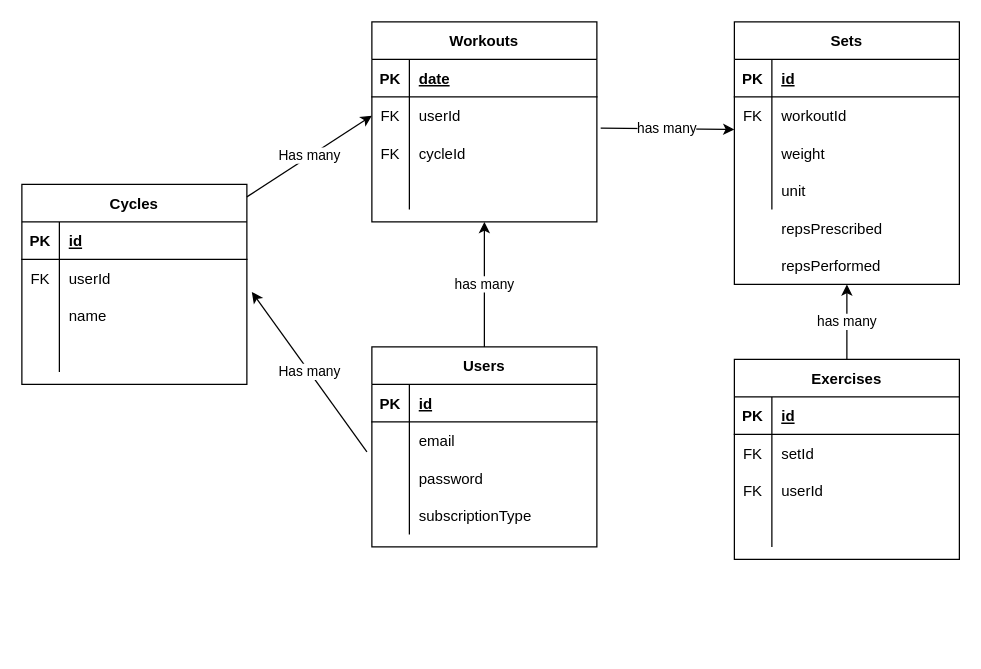
Before: Untitled Diagram.drawio in garywige/wigedev-fitness-log, a draw.io diagram. Source tidied: cells renumbered, new cells numbered last; positions are measured from the earlier drawing's top-left corner, leaving out a move shared by most shapes. Both pictures are drawn from the tidied source at 125%, with x=0, y=0 at pixel (21, 21).
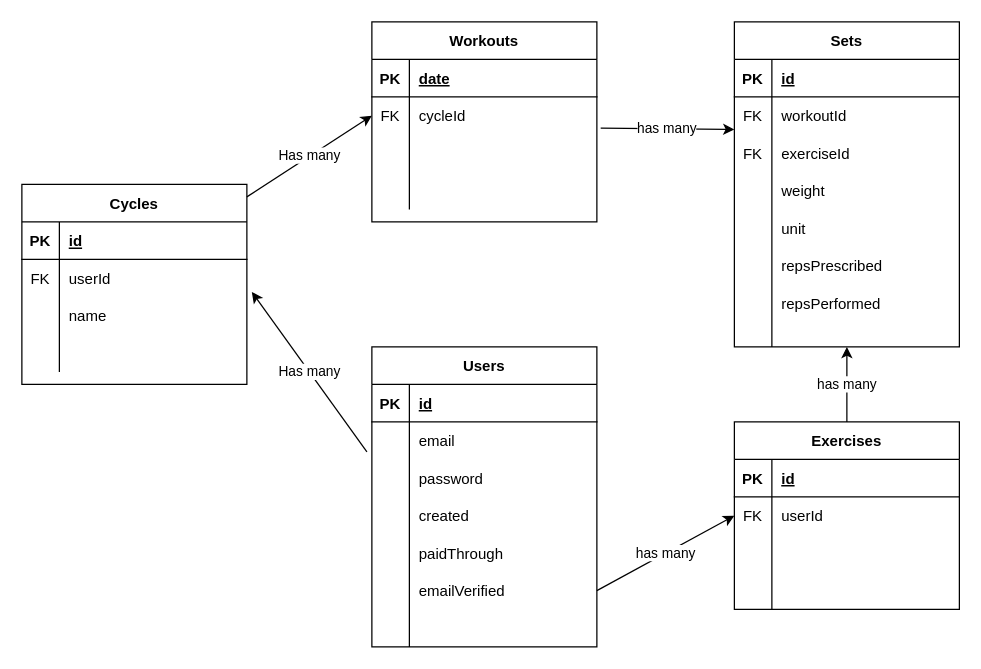
The same diagram, later.

Unchanged cells that the change refers to:
```xml
<mxCell id="15" value="Workouts" style="shape=table;startSize=30;childLayout=tableLayout;rowLines=0;fontStyle=1;align=center;" parent="1" vertex="1">
  <mxGeometry x="280" width="180" height="160" as="geometry" />
</mxCell>
<mxCell id="19" style="shape=tableRow;horizontal=0;startSize=0;swimlaneHead=0;swimlaneBody=0;fillColor=none;points=[[0,0.5],[1,0.5]];portConstraint=eastwest;top=0;left=0;right=0;bottom=0;" parent="15" vertex="1">
  <mxGeometry y="60" width="180" height="30" as="geometry" />
</mxCell>
<mxCell id="22" style="shape=tableRow;horizontal=0;startSize=0;swimlaneHead=0;swimlaneBody=0;fillColor=none;points=[[0,0.5],[1,0.5]];portConstraint=eastwest;top=0;left=0;right=0;bottom=0;" parent="15" vertex="1">
  <mxGeometry y="90" width="180" height="30" as="geometry" />
</mxCell>
<mxCell id="35" style="shape=tableRow;horizontal=0;startSize=0;swimlaneHead=0;swimlaneBody=0;fillColor=none;top=0;left=0;right=0;bottom=0;" parent="28" vertex="1">
  <mxGeometry y="90" width="180" height="30" as="geometry" />
</mxCell>
<mxCell id="47" style="shape=tableRow;horizontal=0;startSize=0;swimlaneHead=0;swimlaneBody=0;fillColor=none;points=[[0,0.5],[1,0.5]];portConstraint=eastwest;top=0;left=0;right=0;bottom=0;" parent="43" vertex="1">
  <mxGeometry y="60" width="180" height="30" as="geometry" />
</mxCell>
<mxCell id="50" style="shape=tableRow;horizontal=0;startSize=0;swimlaneHead=0;swimlaneBody=0;fillColor=none;top=0;left=0;right=0;bottom=0;" parent="43" vertex="1">
  <mxGeometry y="90" width="180" height="30" as="geometry" />
</mxCell>
```

Change to the diagram source:
```diff
@@
     <mxCell id="2" value="Users" style="shape=table;startSize=30;childLayout=tableLayout;rowLines=0;fontStyle=1;align=center;" parent="1" vertex="1">
-      <mxGeometry x="280" y="260" width="180" height="160" as="geometry" />
+      <mxGeometry x="280" y="260" width="180" height="240" as="geometry" />
     </mxCell>
@@
+    <mxCell id="74" style="shape=tableRow;horizontal=0;startSize=0;swimlaneHead=0;swimlaneBody=0;fillColor=none;top=0;left=0;right=0;bottom=0;" parent="2" vertex="1">
+      <mxGeometry y="120" width="180" height="30" as="geometry" />
+    </mxCell>
+    <mxCell id="75" style="shape=partialRectangle;fillColor=none;top=0;left=0;bottom=0;right=0;overflow=hidden;" parent="74" vertex="1">
+      <mxGeometry width="30" height="30" as="geometry" />
+    </mxCell>
+    <mxCell id="76" value="created" style="shape=partialRectangle;fillColor=none;top=0;left=0;bottom=0;right=0;align=left;spacingLeft=6;overflow=hidden;" parent="74" vertex="1">
+      <mxGeometry x="30" width="150" height="30" as="geometry" />
+    </mxCell>
+    <mxCell id="77" style="shape=tableRow;horizontal=0;startSize=0;swimlaneHead=0;swimlaneBody=0;fillColor=none;top=0;left=0;right=0;bottom=0;" parent="2" vertex="1">
+      <mxGeometry y="150" width="180" height="30" as="geometry" />
+    </mxCell>
+    <mxCell id="78" style="shape=partialRectangle;fillColor=none;top=0;left=0;bottom=0;right=0;overflow=hidden;" parent="77" vertex="1">
+      <mxGeometry width="30" height="30" as="geometry" />
+    </mxCell>
+    <mxCell id="79" value="paidThrough" style="shape=partialRectangle;fillColor=none;top=0;left=0;bottom=0;right=0;align=left;spacingLeft=6;overflow=hidden;" parent="77" vertex="1">
+      <mxGeometry x="30" width="150" height="30" as="geometry" />
+    </mxCell>
     <mxCell id="12" style="shape=tableRow;horizontal=0;startSize=0;swimlaneHead=0;swimlaneBody=0;fillColor=none;points=[[0,0.5],[1,0.5]];portConstraint=eastwest;top=0;left=0;right=0;bottom=0;" parent="2" vertex="1">
-      <mxGeometry y="120" width="180" height="30" as="geometry" />
+      <mxGeometry y="180" width="180" height="30" as="geometry" />
     </mxCell>
@@
-    <mxCell id="14" value="subscriptionType" style="shape=partialRectangle;fillColor=none;top=0;left=0;bottom=0;right=0;align=left;spacingLeft=6;overflow=hidden;" parent="12" vertex="1">
+    <mxCell id="14" value="emailVerified" style="shape=partialRectangle;fillColor=none;top=0;left=0;bottom=0;right=0;align=left;spacingLeft=6;overflow=hidden;" parent="12" vertex="1">
       <mxGeometry x="30" width="150" height="30" as="geometry" />
     </mxCell>
+    <mxCell id="80" style="shape=tableRow;horizontal=0;startSize=0;swimlaneHead=0;swimlaneBody=0;fillColor=none;top=0;left=0;right=0;bottom=0;" parent="2" vertex="1">
+      <mxGeometry y="210" width="180" height="30" as="geometry" />
+    </mxCell>
+    <mxCell id="81" style="shape=partialRectangle;fillColor=none;top=0;left=0;bottom=0;right=0;overflow=hidden;" parent="80" vertex="1">
+      <mxGeometry width="30" height="30" as="geometry" />
+    </mxCell>
+    <mxCell id="82" style="shape=partialRectangle;fillColor=none;top=0;left=0;bottom=0;right=0;align=left;spacingLeft=6;overflow=hidden;" parent="80" vertex="1">
+      <mxGeometry x="30" width="150" height="30" as="geometry" />
+    </mxCell>
@@
-    <mxCell id="21" value="userId" style="shape=partialRectangle;fillColor=none;top=0;left=0;bottom=0;right=0;align=left;spacingLeft=6;overflow=hidden;" parent="19" vertex="1">
+    <mxCell id="21" value="cycleId" style="shape=partialRectangle;fillColor=none;top=0;left=0;bottom=0;right=0;align=left;spacingLeft=6;overflow=hidden;" parent="19" vertex="1">
       <mxGeometry x="30" width="150" height="30" as="geometry" />
     </mxCell>
@@
-    <mxCell id="23" value="FK" style="shape=partialRectangle;fillColor=none;top=0;left=0;bottom=0;right=0;overflow=hidden;" parent="22" vertex="1">
+    <mxCell id="23" style="shape=partialRectangle;fillColor=none;top=0;left=0;bottom=0;right=0;overflow=hidden;" parent="22" vertex="1">
       <mxGeometry width="30" height="30" as="geometry" />
     </mxCell>
-    <mxCell id="24" value="cycleId" style="shape=partialRectangle;fillColor=none;top=0;left=0;bottom=0;right=0;align=left;spacingLeft=6;overflow=hidden;" parent="22" vertex="1">
+    <mxCell id="24" style="shape=partialRectangle;fillColor=none;top=0;left=0;bottom=0;right=0;align=left;spacingLeft=6;overflow=hidden;" parent="22" vertex="1">
       <mxGeometry x="30" width="150" height="30" as="geometry" />
     </mxCell>
@@
     <mxCell id="28" value="Sets" style="shape=table;startSize=30;childLayout=tableLayout;rowLines=0;fontStyle=1;align=center;" parent="1" vertex="1">
-      <mxGeometry x="570" width="180" height="210" as="geometry" />
+      <mxGeometry x="570" width="180" height="260" as="geometry" />
     </mxCell>
@@
-    <mxCell id="36" style="shape=partialRectangle;fillColor=none;top=0;left=0;bottom=0;right=0;overflow=hidden;" parent="35" vertex="1">
+    <mxCell id="36" value="FK" style="shape=partialRectangle;fillColor=none;top=0;left=0;bottom=0;right=0;overflow=hidden;" parent="35" vertex="1">
       <mxGeometry width="30" height="30" as="geometry" />
     </mxCell>
-    <mxCell id="37" value="weight" style="shape=partialRectangle;fillColor=none;top=0;left=0;bottom=0;right=0;align=left;spacingLeft=6;overflow=hidden;" parent="35" vertex="1">
+    <mxCell id="37" value="exerciseId" style="shape=partialRectangle;fillColor=none;top=0;left=0;bottom=0;right=0;align=left;spacingLeft=6;overflow=hidden;" parent="35" vertex="1">
       <mxGeometry x="30" width="150" height="30" as="geometry" />
     </mxCell>
+    <mxCell id="83" style="shape=tableRow;horizontal=0;startSize=0;swimlaneHead=0;swimlaneBody=0;fillColor=none;top=0;left=0;right=0;bottom=0;" parent="28" vertex="1">
+      <mxGeometry y="120" width="180" height="30" as="geometry" />
+    </mxCell>
+    <mxCell id="84" style="shape=partialRectangle;fillColor=none;top=0;left=0;bottom=0;right=0;overflow=hidden;" parent="83" vertex="1">
+      <mxGeometry width="30" height="30" as="geometry" />
+    </mxCell>
+    <mxCell id="85" value="weight" style="shape=partialRectangle;fillColor=none;top=0;left=0;bottom=0;right=0;align=left;spacingLeft=6;overflow=hidden;" parent="83" vertex="1">
+      <mxGeometry x="30" width="150" height="30" as="geometry" />
+    </mxCell>
+    <mxCell id="86" style="shape=tableRow;horizontal=0;startSize=0;swimlaneHead=0;swimlaneBody=0;fillColor=none;top=0;left=0;right=0;bottom=0;" parent="28" vertex="1">
+      <mxGeometry y="150" width="180" height="30" as="geometry" />
+    </mxCell>
+    <mxCell id="87" style="shape=partialRectangle;fillColor=none;top=0;left=0;bottom=0;right=0;overflow=hidden;" parent="86" vertex="1">
+      <mxGeometry width="30" height="30" as="geometry" />
+    </mxCell>
+    <mxCell id="88" value="unit" style="shape=partialRectangle;fillColor=none;top=0;left=0;bottom=0;right=0;align=left;spacingLeft=6;overflow=hidden;" parent="86" vertex="1">
+      <mxGeometry x="30" width="150" height="30" as="geometry" />
+    </mxCell>
     <mxCell id="38" style="shape=tableRow;horizontal=0;startSize=0;swimlaneHead=0;swimlaneBody=0;fillColor=none;top=0;left=0;right=0;bottom=0;" parent="28" vertex="1">
-      <mxGeometry y="120" width="180" height="30" as="geometry" />
+      <mxGeometry y="180" width="180" height="80" as="geometry" />
     </mxCell>
     <mxCell id="39" style="shape=partialRectangle;fillColor=none;top=0;left=0;bottom=0;right=0;overflow=hidden;" parent="38" vertex="1">
-      <mxGeometry width="30" height="30" as="geometry" />
+      <mxGeometry width="30" height="80" as="geometry" />
     </mxCell>
-    <mxCell id="40" value="unit" style="shape=partialRectangle;fillColor=none;top=0;left=0;bottom=0;right=0;align=left;spacingLeft=6;overflow=hidden;" parent="38" vertex="1">
-      <mxGeometry x="30" width="150" height="30" as="geometry" />
+    <mxCell id="40" style="shape=partialRectangle;fillColor=none;top=0;left=0;bottom=0;right=0;align=left;spacingLeft=6;overflow=hidden;" parent="38" vertex="1">
+      <mxGeometry x="30" width="150" height="80" as="geometry" />
     </mxCell>
@@
-    <mxCell id="42" value="has many" style="endArrow=classic;html=1;rounded=0;exitX=0.5;exitY=0;exitDx=0;exitDy=0;entryX=0.5;entryY=1;entryDx=0;entryDy=0;" parent="1" edge="1" source="2" target="15">
-      <mxGeometry relative="1" as="geometry" />
-    </mxCell>
     <mxCell id="43" value="Exercises" style="shape=table;startSize=30;childLayout=tableLayout;rowLines=0;fontStyle=1;align=center;" parent="1" vertex="1">
-      <mxGeometry x="570" y="270" width="180" height="160" as="geometry" />
+      <mxGeometry x="570" y="320" width="180" height="150" as="geometry" />
     </mxCell>
@@
-    <mxCell id="49" value="setId" style="shape=partialRectangle;fillColor=none;top=0;left=0;bottom=0;right=0;align=left;spacingLeft=6;overflow=hidden;" parent="47" vertex="1">
+    <mxCell id="49" value="userId" style="shape=partialRectangle;fillColor=none;top=0;left=0;bottom=0;right=0;align=left;spacingLeft=6;overflow=hidden;" parent="47" vertex="1">
       <mxGeometry x="30" width="150" height="30" as="geometry" />
     </mxCell>
@@
-    <mxCell id="51" value="FK" style="shape=partialRectangle;fillColor=none;top=0;left=0;bottom=0;right=0;overflow=hidden;" parent="50" vertex="1">
+    <mxCell id="51" style="shape=partialRectangle;fillColor=none;top=0;left=0;bottom=0;right=0;overflow=hidden;" parent="50" vertex="1">
       <mxGeometry width="30" height="30" as="geometry" />
     </mxCell>
-    <mxCell id="52" value="userId" style="shape=partialRectangle;fillColor=none;top=0;left=0;bottom=0;right=0;align=left;spacingLeft=6;overflow=hidden;" parent="50" vertex="1">
+    <mxCell id="52" style="shape=partialRectangle;fillColor=none;top=0;left=0;bottom=0;right=0;align=left;spacingLeft=6;overflow=hidden;" parent="50" vertex="1">
       <mxGeometry x="30" width="150" height="30" as="geometry" />
     </mxCell>
@@
     <mxCell id="57" value="repsPrescribed" style="shape=partialRectangle;fillColor=none;top=0;left=0;bottom=0;right=0;align=left;spacingLeft=6;overflow=hidden;" parent="1" vertex="1">
-      <mxGeometry x="600" y="150" width="150" height="30" as="geometry" />
+      <mxGeometry x="600" y="180" width="150" height="30" as="geometry" />
     </mxCell>
     <mxCell id="58" value="repsPerformed" style="shape=partialRectangle;fillColor=none;top=0;left=0;bottom=0;right=0;align=left;spacingLeft=6;overflow=hidden;" parent="1" vertex="1">
-      <mxGeometry x="600" y="180" width="150" height="30" as="geometry" />
+      <mxGeometry x="600" y="210" width="150" height="30" as="geometry" />
     </mxCell>
@@
+    <mxCell id="42" value="has many" style="endArrow=classic;html=1;rounded=0;entryX=0;entryY=0.5;entryDx=0;entryDy=0;exitX=1;exitY=0.5;exitDx=0;exitDy=0;" parent="1" edge="1" source="12" target="47">
+      <mxGeometry relative="1" as="geometry" />
+    </mxCell>
```
